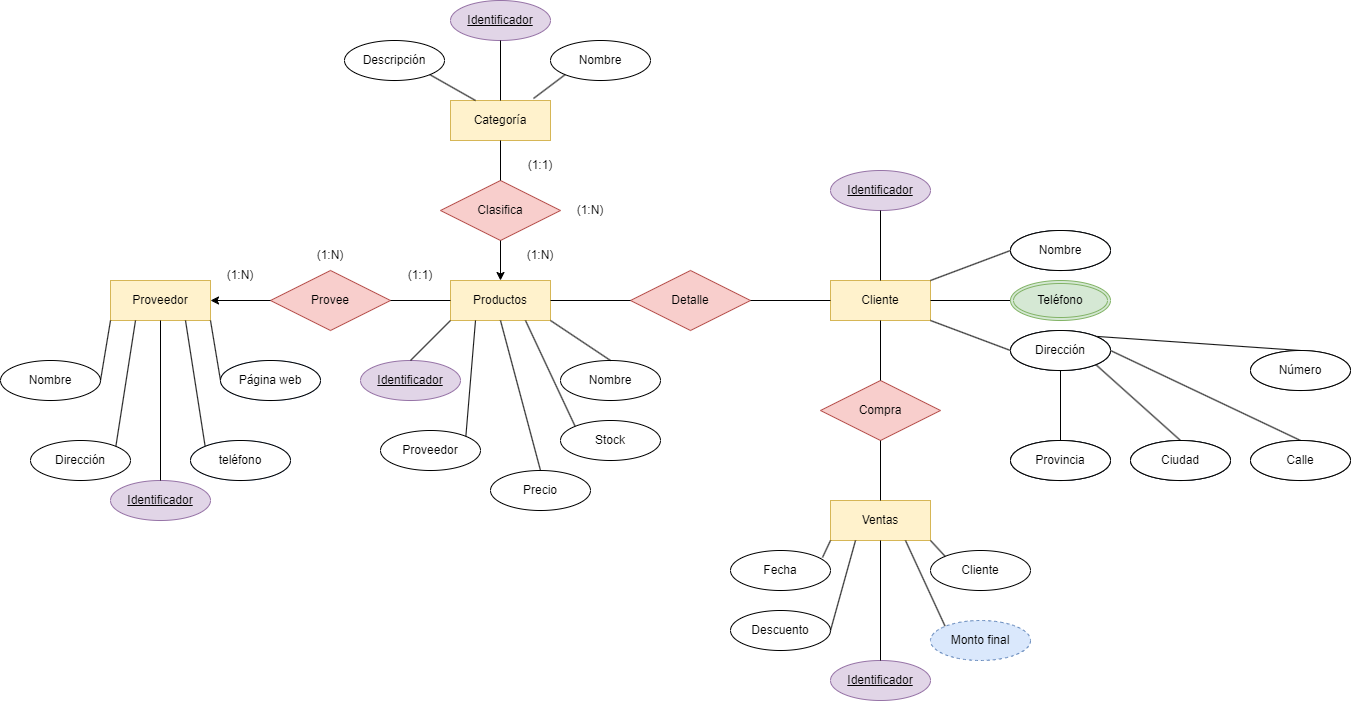
samugd17/base-datos-bae- keeps this draw.io diagram as TAREAS/Tareas clase/ER/ER.nº2 Sistema de ventas.drawio.png. Above is the earlier version. Source tidied: cells renumbered, new cells last; positions are measured from the earlier drawing's top-left corner, leaving out a move shared by most shapes.
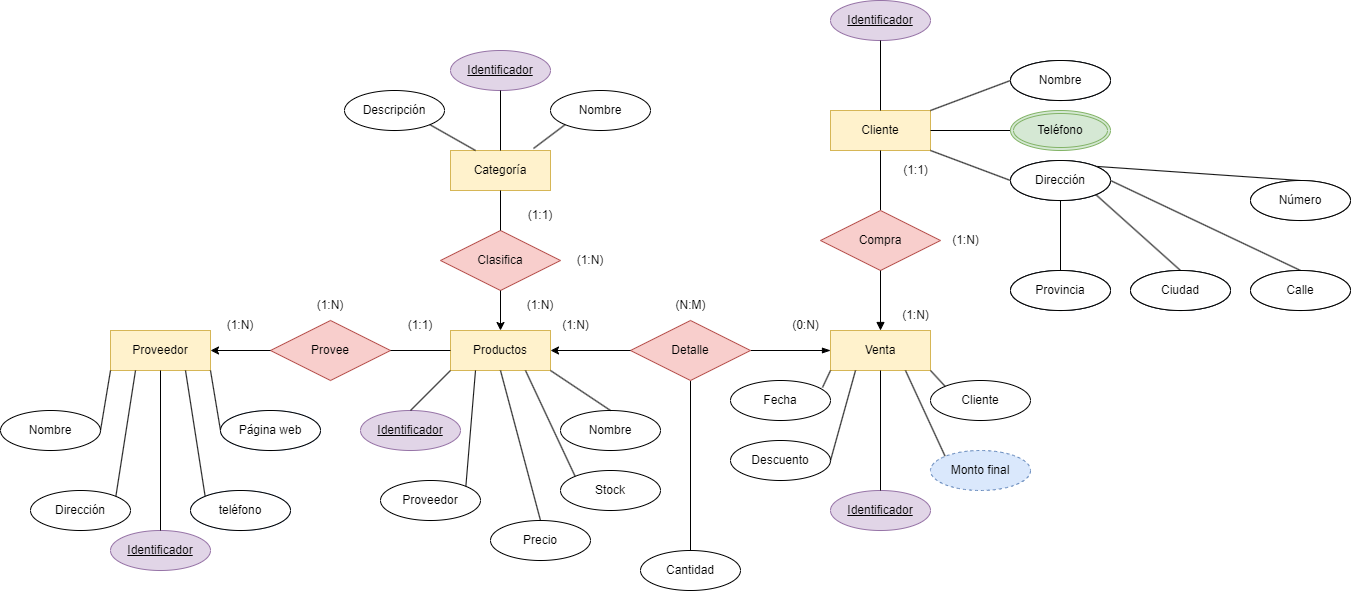
Later version of the same file.

The edit, as a diff of the source:
```diff
@@ -6,13 +6,13 @@
       <mxGeometry x="110" y="280" width="100" height="40" as="geometry" />
     </mxCell>
     <mxCell id="3" value="Cliente" style="whiteSpace=wrap;html=1;align=center;fillColor=#fff2cc;strokeColor=#d6b656;" parent="1" vertex="1">
-      <mxGeometry x="830" y="280" width="100" height="40" as="geometry" />
+      <mxGeometry x="830" y="60" width="100" height="40" as="geometry" />
     </mxCell>
     <mxCell id="4" value="&lt;div&gt;Productos&lt;/div&gt;" style="whiteSpace=wrap;html=1;align=center;fillColor=#fff2cc;strokeColor=#d6b656;" parent="1" vertex="1">
       <mxGeometry x="450" y="280" width="100" height="40" as="geometry" />
     </mxCell>
-    <mxCell id="5" value="&lt;div&gt;Ventas&lt;/div&gt;" style="whiteSpace=wrap;html=1;align=center;fillColor=#fff2cc;strokeColor=#d6b656;" parent="1" vertex="1">
-      <mxGeometry x="830" y="500" width="100" height="40" as="geometry" />
+    <mxCell id="5" value="&lt;div&gt;Venta&lt;/div&gt;" style="whiteSpace=wrap;html=1;align=center;fillColor=#fff2cc;strokeColor=#d6b656;" parent="1" vertex="1">
+      <mxGeometry x="830" y="280" width="100" height="40" as="geometry" />
     </mxCell>
     <mxCell id="6" value="&lt;div&gt;Dirección&lt;br&gt;&lt;/div&gt;" style="ellipse;whiteSpace=wrap;html=1;align=center;" parent="1" vertex="1">
       <mxGeometry x="30" y="440" width="100" height="40" as="geometry" />
@@ -27,28 +27,28 @@
       <mxGeometry y="360" width="100" height="40" as="geometry" />
     </mxCell>
     <mxCell id="10" value="&lt;div&gt;Dirección&lt;br&gt;&lt;/div&gt;" style="ellipse;whiteSpace=wrap;html=1;align=center;fillColor=#dae8fc;strokeColor=#6c8ebf;" parent="1" vertex="1">
-      <mxGeometry x="1010" y="330" width="100" height="40" as="geometry" />
+      <mxGeometry x="1010" y="110" width="100" height="40" as="geometry" />
     </mxCell>
     <mxCell id="11" value="Nombre" style="ellipse;whiteSpace=wrap;html=1;align=center;fillColor=#dae8fc;strokeColor=#6c8ebf;" parent="1" vertex="1">
-      <mxGeometry x="1010" y="230" width="100" height="40" as="geometry" />
+      <mxGeometry x="1010" y="10" width="100" height="40" as="geometry" />
     </mxCell>
     <mxCell id="12" value="Identificador" style="ellipse;whiteSpace=wrap;html=1;align=center;fontStyle=4;fillColor=#e1d5e7;strokeColor=#9673a6;" parent="1" vertex="1">
       <mxGeometry x="110" y="480" width="100" height="40" as="geometry" />
     </mxCell>
     <mxCell id="13" value="Identificador" style="ellipse;whiteSpace=wrap;html=1;align=center;fontStyle=4;fillColor=#e1d5e7;strokeColor=#9673a6;" parent="1" vertex="1">
-      <mxGeometry x="830" y="170" width="100" height="40" as="geometry" />
+      <mxGeometry x="830" y="-50" width="100" height="40" as="geometry" />
     </mxCell>
     <mxCell id="14" value="Provincia" style="ellipse;whiteSpace=wrap;html=1;align=center;fillColor=#dae8fc;strokeColor=#6c8ebf;" parent="1" vertex="1">
-      <mxGeometry x="1010" y="440" width="100" height="40" as="geometry" />
+      <mxGeometry x="1010" y="220" width="100" height="40" as="geometry" />
     </mxCell>
     <mxCell id="15" value="Número" style="ellipse;whiteSpace=wrap;html=1;align=center;" parent="1" vertex="1">
-      <mxGeometry x="1250" y="350" width="100" height="40" as="geometry" />
+      <mxGeometry x="1250" y="130" width="100" height="40" as="geometry" />
     </mxCell>
     <mxCell id="16" value="Calle" style="ellipse;whiteSpace=wrap;html=1;align=center;" parent="1" vertex="1">
-      <mxGeometry x="1250" y="440" width="100" height="40" as="geometry" />
+      <mxGeometry x="1250" y="220" width="100" height="40" as="geometry" />
     </mxCell>
     <mxCell id="17" value="Ciudad" style="ellipse;whiteSpace=wrap;html=1;align=center;fillColor=#dae8fc;strokeColor=#6c8ebf;" parent="1" vertex="1">
-      <mxGeometry x="1130" y="440" width="100" height="40" as="geometry" />
+      <mxGeometry x="1130" y="220" width="100" height="40" as="geometry" />
     </mxCell>
     <mxCell id="18" value="Nombre" style="ellipse;whiteSpace=wrap;html=1;align=center;" parent="1" vertex="1">
       <mxGeometry x="560" y="360" width="100" height="40" as="geometry" />
@@ -81,16 +81,16 @@
       <mxGeometry x="344" y="40" width="100" height="40" as="geometry" />
     </mxCell>
     <mxCell id="28" value="Identificador" style="ellipse;whiteSpace=wrap;html=1;align=center;fontStyle=4;fillColor=#e1d5e7;strokeColor=#9673a6;" parent="1" vertex="1">
-      <mxGeometry x="830" y="660" width="100" height="40" as="geometry" />
+      <mxGeometry x="830" y="440" width="100" height="40" as="geometry" />
     </mxCell>
     <mxCell id="29" value="Fecha" style="ellipse;whiteSpace=wrap;html=1;align=center;" parent="1" vertex="1">
-      <mxGeometry x="730" y="550" width="100" height="40" as="geometry" />
+      <mxGeometry x="730" y="330" width="100" height="40" as="geometry" />
     </mxCell>
     <mxCell id="30" value="Descuento" style="ellipse;whiteSpace=wrap;html=1;align=center;" parent="1" vertex="1">
-      <mxGeometry x="730" y="610" width="100" height="40" as="geometry" />
+      <mxGeometry x="730" y="390" width="100" height="40" as="geometry" />
     </mxCell>
     <mxCell id="31" value="Cliente" style="ellipse;whiteSpace=wrap;html=1;align=center;" parent="1" vertex="1">
-      <mxGeometry x="930" y="550" width="100" height="40" as="geometry" />
+      <mxGeometry x="930" y="330" width="100" height="40" as="geometry" />
     </mxCell>
     <mxCell id="32" value="Provee" style="shape=rhombus;perimeter=rhombusPerimeter;whiteSpace=wrap;html=1;align=center;fillColor=#f8cecc;strokeColor=#b85450;" parent="1" vertex="1">
       <mxGeometry x="270" y="270" width="120" height="60" as="geometry" />
@@ -107,9 +107,18 @@
     <mxCell id="36" style="endArrow=none;html=1;rounded=0;entryX=0.83;entryY=-0.05;entryDx=0;entryDy=0;exitX=0;exitY=1;exitDx=0;exitDy=0;entryPerimeter=0;" parent="1" edge="1" source="25" target="24">
       <mxGeometry relative="1" as="geometry" />
     </mxCell>
+    <mxCell id="89" style="edgeStyle=orthogonalEdgeStyle;rounded=0;jettySize=auto;html=1;entryX=0.5;entryY=1;entryDx=0;entryDy=0;startArrow=none;startFill=0;endArrow=none;endFill=0;" parent="1" edge="1" source="37" target="3">
+      <mxGeometry relative="1" as="geometry" />
+    </mxCell>
     <mxCell id="37" value="Compra" style="shape=rhombus;perimeter=rhombusPerimeter;whiteSpace=wrap;html=1;align=center;fillColor=#f8cecc;strokeColor=#b85450;" parent="1" vertex="1">
-      <mxGeometry x="820" y="380" width="120" height="60" as="geometry" />
+      <mxGeometry x="820" y="160" width="120" height="60" as="geometry" />
     </mxCell>
+    <mxCell id="90" style="edgeStyle=orthogonalEdgeStyle;rounded=0;jettySize=auto;html=1;entryX=0;entryY=0.5;entryDx=0;entryDy=0;startArrow=none;startFill=0;endArrow=blockThin;endFill=1;" parent="1" edge="1" source="38" target="5">
+      <mxGeometry relative="1" as="geometry" />
+    </mxCell>
+    <mxCell id="91" style="edgeStyle=orthogonalEdgeStyle;rounded=0;jettySize=auto;html=1;entryX=0.5;entryY=0;entryDx=0;entryDy=0;startArrow=none;startFill=0;endArrow=none;endFill=0;" parent="1" edge="1" source="38" target="98">
+      <mxGeometry relative="1" as="geometry" />
+    </mxCell>
     <mxCell id="38" value="Detalle" style="shape=rhombus;perimeter=rhombusPerimeter;whiteSpace=wrap;html=1;align=center;fillColor=#f8cecc;strokeColor=#b85450;" parent="1" vertex="1">
       <mxGeometry x="630" y="270" width="120" height="60" as="geometry" />
     </mxCell>
@@ -179,16 +188,10 @@
     <mxCell id="60" style="endArrow=none;html=1;rounded=0;exitX=1;exitY=1;exitDx=0;exitDy=0;entryX=0;entryY=0;entryDx=0;entryDy=0;" parent="1" edge="1" source="5" target="31">
       <mxGeometry relative="1" as="geometry" />
     </mxCell>
-    <mxCell id="61" style="endArrow=none;html=1;rounded=0;exitX=0.5;exitY=1;exitDx=0;exitDy=0;entryX=0.5;entryY=0;entryDx=0;entryDy=0;" parent="1" edge="1" source="37" target="5">
+    <mxCell id="61" style="endArrow=block;html=1;rounded=0;exitX=0.5;exitY=1;exitDx=0;exitDy=0;entryX=0.5;entryY=0;entryDx=0;entryDy=0;endFill=1;" parent="1" edge="1" source="37" target="5">
       <mxGeometry relative="1" as="geometry" />
     </mxCell>
-    <mxCell id="62" style="endArrow=none;html=1;rounded=0;exitX=0.5;exitY=1;exitDx=0;exitDy=0;entryX=0.5;entryY=0;entryDx=0;entryDy=0;" parent="1" edge="1" source="3" target="37">
-      <mxGeometry relative="1" as="geometry" />
-    </mxCell>
-    <mxCell id="63" style="endArrow=none;html=1;rounded=0;exitX=1;exitY=0.5;exitDx=0;exitDy=0;entryX=0;entryY=0.5;entryDx=0;entryDy=0;" parent="1" edge="1" source="38" target="3">
-      <mxGeometry relative="1" as="geometry" />
-    </mxCell>
-    <mxCell id="64" style="endArrow=none;html=1;rounded=0;exitX=1;exitY=0.5;exitDx=0;exitDy=0;entryX=0;entryY=0.5;entryDx=0;entryDy=0;" parent="1" edge="1" source="4" target="38">
+    <mxCell id="64" style="endArrow=none;html=1;rounded=0;exitX=1;exitY=0.5;exitDx=0;exitDy=0;entryX=0;entryY=0.5;entryDx=0;entryDy=0;startArrow=classic;startFill=1;" parent="1" edge="1" source="4" target="38">
       <mxGeometry relative="1" as="geometry" />
     </mxCell>
     <mxCell id="65" style="endArrow=none;html=1;rounded=0;exitX=1;exitY=0.5;exitDx=0;exitDy=0;entryX=0;entryY=0.5;entryDx=0;entryDy=0;" parent="1" edge="1" source="32" target="4">
@@ -222,40 +225,40 @@
       <mxGeometry x="510" y="240" width="60" height="30" as="geometry" />
     </mxCell>
     <mxCell id="75" value="Teléfono" style="ellipse;shape=doubleEllipse;margin=3;whiteSpace=wrap;html=1;align=center;fillColor=#d5e8d4;strokeColor=#82b366;" parent="1" vertex="1">
-      <mxGeometry x="1010" y="280" width="100" height="40" as="geometry" />
+      <mxGeometry x="1010" y="60" width="100" height="40" as="geometry" />
     </mxCell>
     <mxCell id="76" value="Monto final" style="ellipse;whiteSpace=wrap;html=1;align=center;dashed=1;fillColor=#dae8fc;strokeColor=#6c8ebf;" parent="1" vertex="1">
-      <mxGeometry x="930" y="620" width="100" height="40" as="geometry" />
+      <mxGeometry x="930" y="400" width="100" height="40" as="geometry" />
     </mxCell>
     <mxCell id="77" value="Nombre" style="ellipse;whiteSpace=wrap;html=1;align=center;" parent="1" vertex="1">
-      <mxGeometry x="1010" y="230" width="100" height="40" as="geometry" />
+      <mxGeometry x="1010" y="10" width="100" height="40" as="geometry" />
     </mxCell>
     <mxCell id="78" value="&lt;div&gt;Dirección&lt;br&gt;&lt;/div&gt;" style="ellipse;whiteSpace=wrap;html=1;align=center;" parent="1" vertex="1">
-      <mxGeometry x="1010" y="330" width="100" height="40" as="geometry" />
+      <mxGeometry x="1010" y="110" width="100" height="40" as="geometry" />
     </mxCell>
     <mxCell id="79" value="Provincia" style="ellipse;whiteSpace=wrap;html=1;align=center;" parent="1" vertex="1">
-      <mxGeometry x="1010" y="440" width="100" height="40" as="geometry" />
+      <mxGeometry x="1010" y="220" width="100" height="40" as="geometry" />
     </mxCell>
     <mxCell id="80" value="Ciudad" style="ellipse;whiteSpace=wrap;html=1;align=center;" parent="1" vertex="1">
-      <mxGeometry x="1130" y="440" width="100" height="40" as="geometry" />
+      <mxGeometry x="1130" y="220" width="100" height="40" as="geometry" />
     </mxCell>
     <mxCell id="81" value="Nombre" style="ellipse;whiteSpace=wrap;html=1;align=center;" parent="1" vertex="1">
-      <mxGeometry x="1010" y="230" width="100" height="40" as="geometry" />
+      <mxGeometry x="1010" y="10" width="100" height="40" as="geometry" />
     </mxCell>
     <mxCell id="82" value="&lt;div&gt;Dirección&lt;br&gt;&lt;/div&gt;" style="ellipse;whiteSpace=wrap;html=1;align=center;" parent="1" vertex="1">
-      <mxGeometry x="1010" y="330" width="100" height="40" as="geometry" />
+      <mxGeometry x="1010" y="110" width="100" height="40" as="geometry" />
     </mxCell>
     <mxCell id="83" value="Provincia" style="ellipse;whiteSpace=wrap;html=1;align=center;" parent="1" vertex="1">
-      <mxGeometry x="1010" y="440" width="100" height="40" as="geometry" />
+      <mxGeometry x="1010" y="220" width="100" height="40" as="geometry" />
     </mxCell>
     <mxCell id="84" value="Ciudad" style="ellipse;whiteSpace=wrap;html=1;align=center;" parent="1" vertex="1">
-      <mxGeometry x="1130" y="440" width="100" height="40" as="geometry" />
+      <mxGeometry x="1130" y="220" width="100" height="40" as="geometry" />
     </mxCell>
     <mxCell id="85" value="Número" style="ellipse;whiteSpace=wrap;html=1;align=center;" parent="1" vertex="1">
-      <mxGeometry x="1250" y="350" width="100" height="40" as="geometry" />
+      <mxGeometry x="1250" y="130" width="100" height="40" as="geometry" />
     </mxCell>
     <mxCell id="86" value="Calle" style="ellipse;whiteSpace=wrap;html=1;align=center;" parent="1" vertex="1">
-      <mxGeometry x="1250" y="440" width="100" height="40" as="geometry" />
+      <mxGeometry x="1250" y="220" width="100" height="40" as="geometry" />
     </mxCell>
     <mxCell id="87" value="&lt;div&gt;teléfono&lt;/div&gt;" style="ellipse;whiteSpace=wrap;html=1;align=center;" parent="1" vertex="1">
       <mxGeometry x="190" y="440" width="100" height="40" as="geometry" />
@@ -263,5 +266,26 @@
     <mxCell id="88" value="Página web" style="ellipse;whiteSpace=wrap;html=1;align=center;" parent="1" vertex="1">
       <mxGeometry x="220" y="360" width="100" height="40" as="geometry" />
     </mxCell>
+    <mxCell id="92" value="(1:1)" style="text;html=1;align=center;verticalAlign=middle;strokeColor=none;fillColor=none;" parent="1" vertex="1">
+      <mxGeometry x="890" y="105" width="50" height="30" as="geometry" />
+    </mxCell>
+    <mxCell id="93" value="(1:N)" style="text;html=1;align=center;verticalAlign=middle;strokeColor=none;fillColor=none;" parent="1" vertex="1">
+      <mxGeometry x="890" y="250" width="50" height="30" as="geometry" />
+    </mxCell>
+    <mxCell id="94" value="(1:N)" style="text;html=1;align=center;verticalAlign=middle;strokeColor=none;fillColor=none;" parent="1" vertex="1">
+      <mxGeometry x="940" y="175" width="50" height="30" as="geometry" />
+    </mxCell>
+    <mxCell id="95" value="(0:N)" style="text;html=1;align=center;verticalAlign=middle;strokeColor=none;fillColor=none;" parent="1" vertex="1">
+      <mxGeometry x="780" y="260" width="50" height="30" as="geometry" />
+    </mxCell>
+    <mxCell id="96" value="(1:N)" style="text;html=1;align=center;verticalAlign=middle;strokeColor=none;fillColor=none;" parent="1" vertex="1">
+      <mxGeometry x="550" y="260" width="50" height="30" as="geometry" />
+    </mxCell>
+    <mxCell id="97" value="(N:M)" style="text;html=1;align=center;verticalAlign=middle;strokeColor=none;fillColor=none;" parent="1" vertex="1">
+      <mxGeometry x="665" y="240" width="50" height="30" as="geometry" />
+    </mxCell>
+    <mxCell id="98" value="Cantidad" style="ellipse;whiteSpace=wrap;html=1;align=center;" parent="1" vertex="1">
+      <mxGeometry x="640" y="500" width="100" height="40" as="geometry" />
+    </mxCell>
   </root>
 </mxGraphModel>
```
